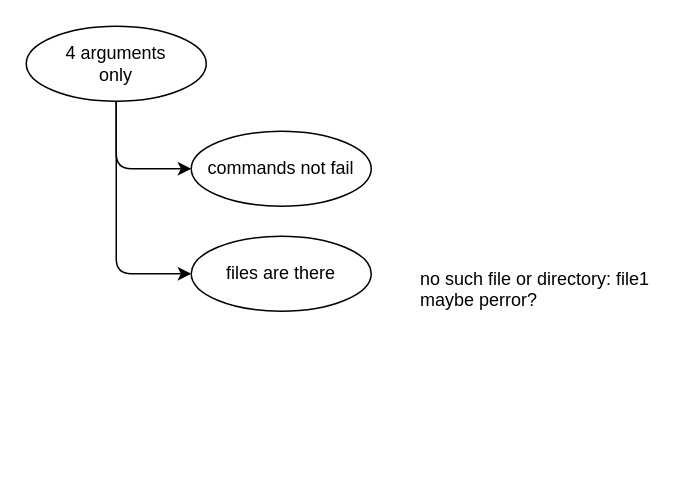
khaldounalhanawi/42_Pipex keeps this draw.io diagram as page "Page-2" (2 of 2) of General plan.drawio. Above is the earlier version. Source tidied: cells renumbered, new cells numbered last; positions are measured from the earlier drawing's top-left corner, leaving out a move shared by most shapes. Both pictures are drawn from the tidied source at 150%, with x=0, y=0 at pixel (26, 26).
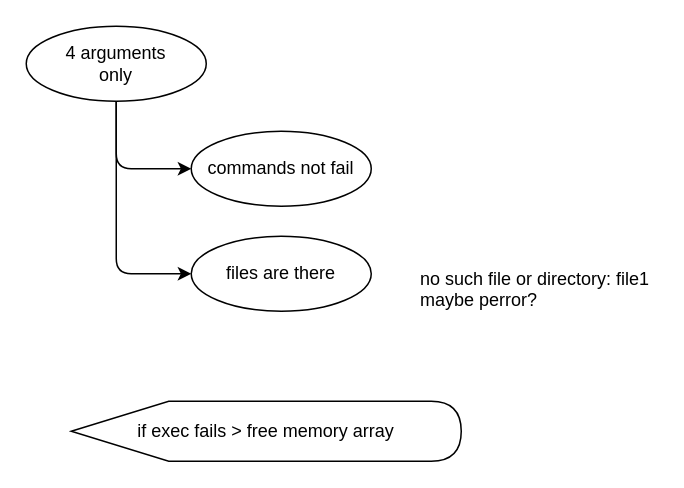
The same diagram, later.

Diff of the diagram source:
```diff
@@
 <mxGraphModel>
   <root>
     <mxCell id="0" />
     <mxCell id="1" parent="0" />
     <mxCell id="2" style="edgeStyle=none;html=1;exitX=0.5;exitY=1;exitDx=0;exitDy=0;entryX=0;entryY=0.5;entryDx=0;entryDy=0;" parent="1" edge="1" source="4" target="5">
       <mxGeometry relative="1" as="geometry">
         <Array as="points">
           <mxPoint x="60" y="95" />
         </Array>
       </mxGeometry>
     </mxCell>
     <mxCell id="3" style="edgeStyle=none;html=1;entryX=0;entryY=0.5;entryDx=0;entryDy=0;" parent="1" edge="1" source="4" target="6">
       <mxGeometry relative="1" as="geometry">
         <Array as="points">
           <mxPoint x="60" y="165" />
         </Array>
       </mxGeometry>
     </mxCell>
     <mxCell id="4" value="4 arguments&lt;br&gt;only" style="ellipse;whiteSpace=wrap;html=1;fillColor=light-dark(#FFFFFF,#4D9900);" parent="1" vertex="1">
       <mxGeometry width="120" height="50" as="geometry" />
     </mxCell>
     <mxCell id="5" value="commands not fail" style="ellipse;whiteSpace=wrap;html=1;" parent="1" vertex="1">
       <mxGeometry x="110" y="70" width="120" height="50" as="geometry" />
     </mxCell>
     <mxCell id="6" value="files are there" style="ellipse;whiteSpace=wrap;html=1;" parent="1" vertex="1">
       <mxGeometry x="110" y="140" width="120" height="50" as="geometry" />
     </mxCell>
     <mxCell id="7" value="no such file or directory: file1&#10;maybe perror?" style="text;whiteSpace=wrap;" parent="1" vertex="1">
       <mxGeometry x="261" y="155" width="160" height="45" as="geometry" />
     </mxCell>
+    <mxCell id="8" value="if exec fails &amp;gt; free memory array" style="shape=display;whiteSpace=wrap;html=1;fillColor=light-dark(#FFFFFF,#333300);" parent="1" vertex="1">
+      <mxGeometry x="30" y="250" width="260" height="40" as="geometry" />
+    </mxCell>
   </root>
 </mxGraphModel>
```
